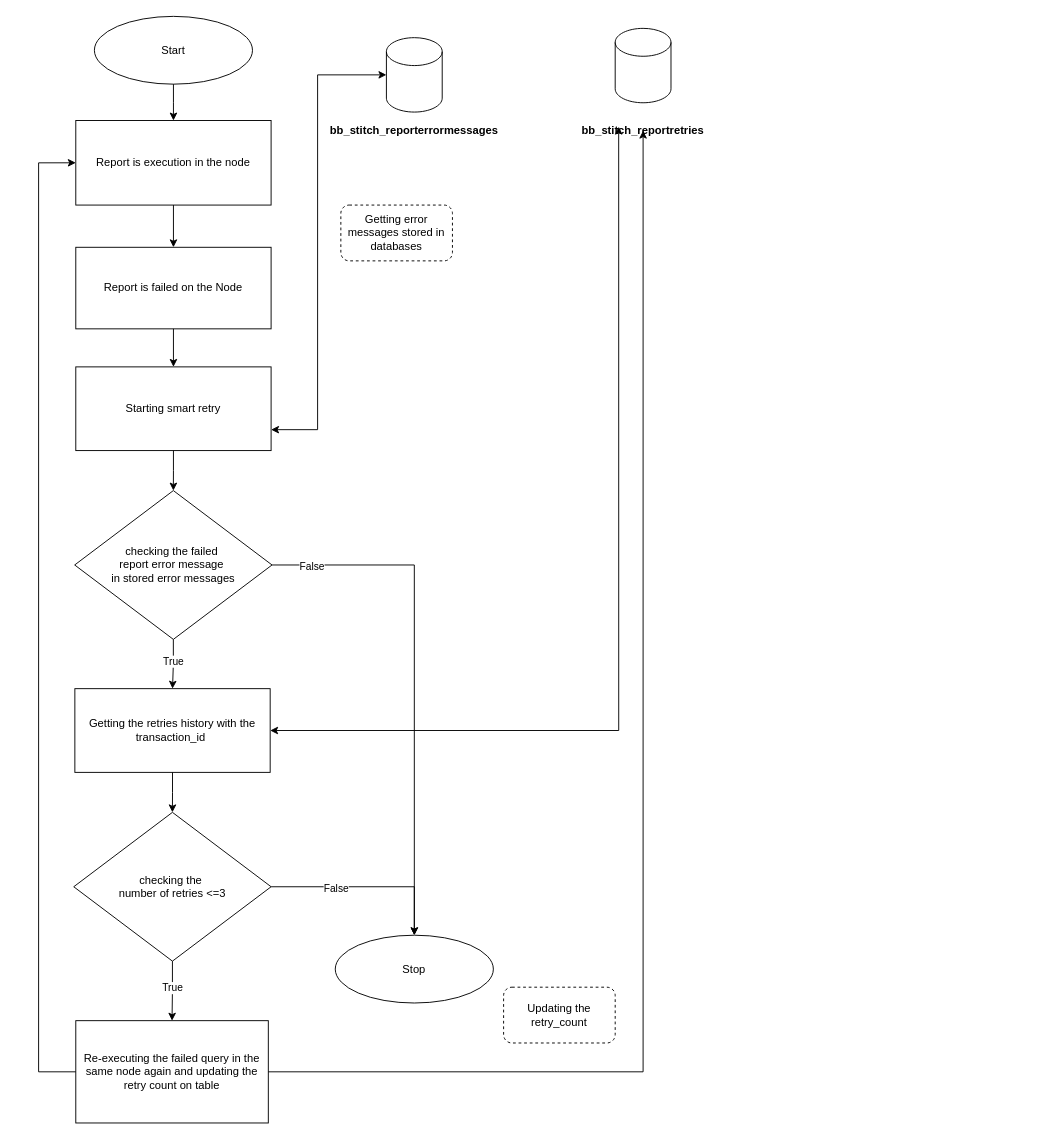
The draw.io diagram smart_retry.drawio in bb-midhunps/diagrams, before the edit. Source tidied: cells renumbered, new cells numbered last; positions are measured from the earlier drawing's top-left corner, leaving out a move shared by most shapes. Both pictures are drawn from the tidied source at 93%, with x=0, y=0 at pixel (38, 16).
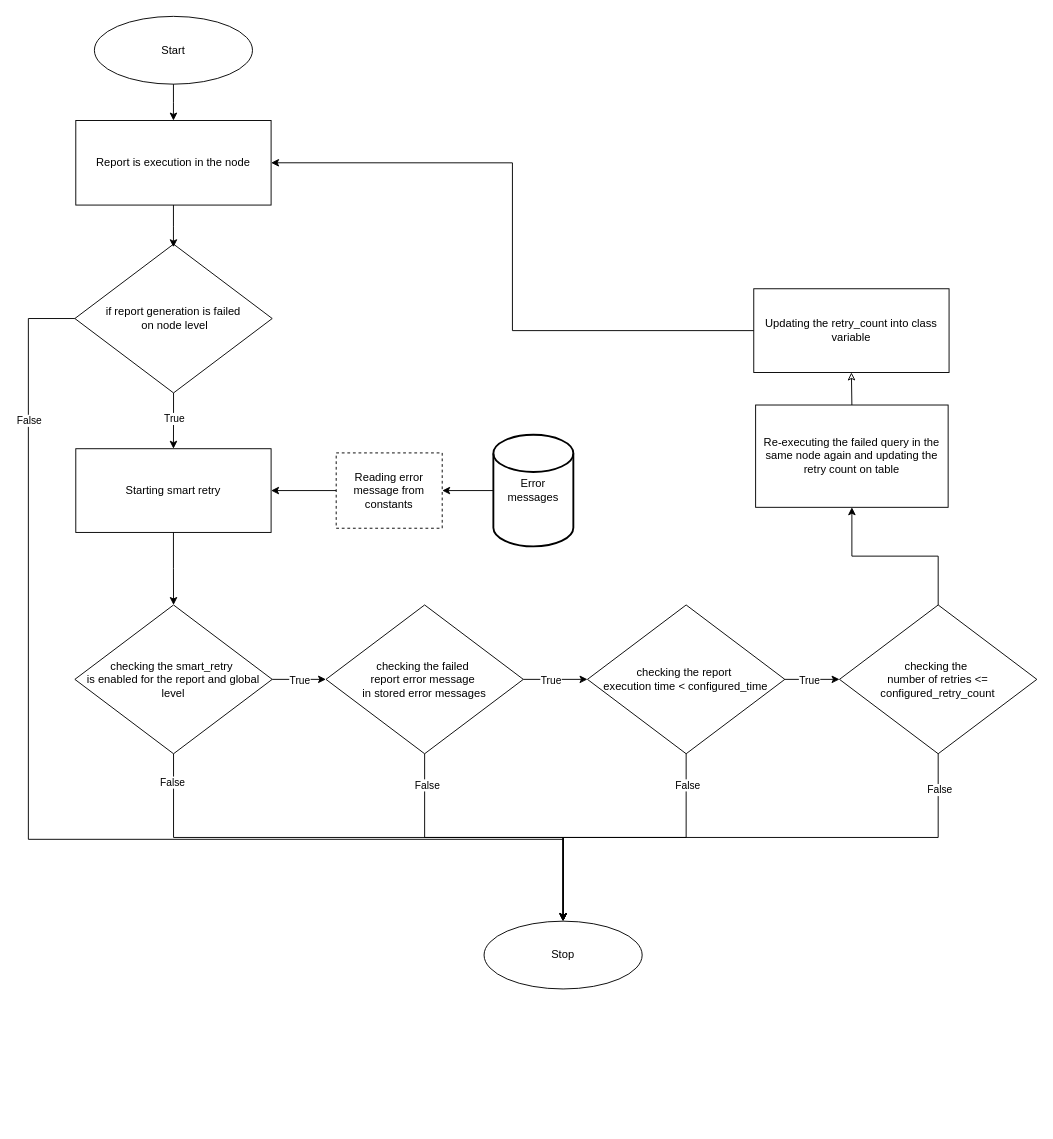
The same diagram, later.

Unchanged cells that the change refers to:
```xml
<mxCell id="5" value="Report is execution in the node" style="whiteSpace=wrap;html=1;fillColor=none;" parent="1" vertex="1">
  <mxGeometry x="40" y="112.1" width="210" height="90.9" as="geometry" />
</mxCell>
```

The edit, as a diff of the source:
```diff
@@
-    <mxCell id="4" style="edgeStyle=orthogonalEdgeStyle;rounded=0;jettySize=auto;html=1;" parent="1" edge="1" source="5" target="7">
-      <mxGeometry relative="1" as="geometry" />
+    <mxCell id="4" style="edgeStyle=orthogonalEdgeStyle;rounded=0;jettySize=auto;html=1;" parent="1" edge="1" source="5">
+      <mxGeometry relative="1" as="geometry">
+        <mxPoint x="145" y="248.3" as="targetPoint" />
+      </mxGeometry>
     </mxCell>
@@
-    <mxCell id="6" style="edgeStyle=orthogonalEdgeStyle;rounded=0;jettySize=auto;html=1;" parent="1" edge="1" source="7" target="9">
+    <mxCell id="6" style="edgeStyle=orthogonalEdgeStyle;rounded=0;jettySize=auto;html=1;" parent="1" edge="1" source="58" target="9">
       <mxGeometry relative="1" as="geometry" />
     </mxCell>
-    <mxCell id="7" value="Report is failed on the Node" style="whiteSpace=wrap;html=1;fillColor=none;" parent="1" vertex="1">
-      <mxGeometry x="40" y="248.4" width="210" height="87.7" as="geometry" />
-    </mxCell>
-    <mxCell id="8" style="edgeStyle=orthogonalEdgeStyle;rounded=0;jettySize=auto;html=1;" parent="1" edge="1" source="9" target="14">
-      <mxGeometry relative="1" as="geometry" />
-    </mxCell>
+    <mxCell id="34" value="True" style="edgeLabel;html=1;align=center;verticalAlign=middle;" parent="6" vertex="1">
+      <mxGeometry x="-0.11" relative="1" as="geometry" />
+    </mxCell>
+    <mxCell id="35" style="edgeStyle=orthogonalEdgeStyle;rounded=0;jettySize=auto;html=1;exitX=0.5;exitY=1;exitDx=0;exitDy=0;entryX=0.5;entryY=0;entryDx=0;entryDy=0;" parent="1" edge="1" source="9" target="52">
+      <mxGeometry relative="1" as="geometry" />
+    </mxCell>
     <mxCell id="9" value="Starting smart retry" style="whiteSpace=wrap;html=1;fillColor=none;" parent="1" vertex="1">
-      <mxGeometry x="40" y="377" width="210" height="90" as="geometry" />
+      <mxGeometry x="40" y="465" width="210" height="90" as="geometry" />
     </mxCell>
-    <mxCell id="10" style="edgeStyle=orthogonalEdgeStyle;rounded=0;jettySize=auto;html=1;entryX=0.5;entryY=0;entryDx=0;entryDy=0;" parent="1" edge="1" source="14" target="32">
+    <mxCell id="10" style="edgeStyle=orthogonalEdgeStyle;rounded=0;jettySize=auto;html=1;" parent="1" edge="1" source="14" target="26">
       <mxGeometry relative="1" as="geometry" />
     </mxCell>
@@
-    <mxCell id="12" style="edgeStyle=orthogonalEdgeStyle;rounded=0;jettySize=auto;html=1;exitX=1;exitY=0.5;exitDx=0;exitDy=0;entryX=0.5;entryY=0;entryDx=0;entryDy=0;" parent="1" edge="1" source="14" target="30">
+    <mxCell id="12" style="edgeStyle=orthogonalEdgeStyle;rounded=0;jettySize=auto;html=1;exitX=0.5;exitY=1;exitDx=0;exitDy=0;" parent="1" edge="1" source="14" target="30">
       <mxGeometry relative="1" as="geometry" />
     </mxCell>
-    <mxCell id="13" value="False" style="edgeLabel;html=1;align=center;verticalAlign=middle;" parent="12" vertex="1">
-      <mxGeometry x="-0.85" y="-1" relative="1" as="geometry">
-        <mxPoint x="1" as="offset" />
-      </mxGeometry>
-    </mxCell>
+    <mxCell id="36" value="False" style="edgeLabel;html=1;align=center;verticalAlign=middle;" parent="12" vertex="1">
+      <mxGeometry x="-0.8" y="2" relative="1" as="geometry" />
+    </mxCell>
     <mxCell id="14" value="checking the failed&amp;nbsp;&lt;div&gt;report error message&amp;nbsp;&lt;/div&gt;&lt;div&gt;in stored error messages&lt;/div&gt;" style="rhombus;whiteSpace=wrap;html=1;fillColor=none;" parent="1" vertex="1">
-      <mxGeometry x="38.8" y="510" width="212.2" height="160" as="geometry" />
+      <mxGeometry x="309" y="633" width="212.2" height="160" as="geometry" />
     </mxCell>
-    <mxCell id="15" style="shape=cylinder3;whiteSpace=wrap;html=1;boundedLbl=1;backgroundOutline=1;size=15;fillColor=none;" parent="1" vertex="1">
-      <mxGeometry x="620" y="13" width="60" height="80" as="geometry" />
-    </mxCell>
-    <mxCell id="16" style="shape=cylinder3;whiteSpace=wrap;html=1;boundedLbl=1;backgroundOutline=1;size=15;fillColor=none;" parent="1" vertex="1">
-      <mxGeometry x="374" y="23" width="60" height="80" as="geometry" />
-    </mxCell>
-    <mxCell id="17" style="edgeStyle=orthogonalEdgeStyle;rounded=0;jettySize=auto;html=1;entryX=1;entryY=0.75;entryDx=0;entryDy=0;startArrow=classic;startFill=1;" parent="1" edge="1" source="16" target="9">
-      <mxGeometry relative="1" as="geometry">
-        <Array as="points">
-          <mxPoint x="300" y="63" />
-          <mxPoint x="300" y="445" />
-        </Array>
-      </mxGeometry>
-    </mxCell>
-    <mxCell id="18" value="&lt;h4&gt;bb_stitch_reporterrormessages&lt;/h4&gt;" style="text;whiteSpace=wrap;html=1;align=center;" parent="1" vertex="1">
-      <mxGeometry x="299" y="93" width="210" height="30" as="geometry" />
-    </mxCell>
-    <mxCell id="19" value="&lt;h4&gt;bb_stitch_reportretries&lt;/h4&gt;" style="text;whiteSpace=wrap;html=1;align=center;" parent="1" vertex="1">
-      <mxGeometry x="545" y="93" width="210" height="30" as="geometry" />
-    </mxCell>
-    <mxCell id="20" value="Getting error messages stored in databases" style="rounded=1;whiteSpace=wrap;html=1;fillColor=none;dashed=1;" parent="1" vertex="1">
-      <mxGeometry x="325" y="203" width="120" height="60" as="geometry" />
-    </mxCell>
-    <mxCell id="21" style="edgeStyle=orthogonalEdgeStyle;rounded=0;jettySize=auto;html=1;exitX=0.5;exitY=1;exitDx=0;exitDy=0;" parent="1" edge="1" source="32" target="26">
-      <mxGeometry relative="1" as="geometry" />
-    </mxCell>
-    <mxCell id="22" style="edgeStyle=orthogonalEdgeStyle;rounded=0;jettySize=auto;html=1;" parent="1" edge="1" source="26" target="29">
-      <mxGeometry relative="1" as="geometry" />
-    </mxCell>
-    <mxCell id="23" value="True" style="edgeLabel;html=1;align=center;verticalAlign=middle;" parent="22" vertex="1">
-      <mxGeometry x="-0.14" relative="1" as="geometry" />
-    </mxCell>
+    <mxCell id="37" style="edgeStyle=orthogonalEdgeStyle;rounded=0;jettySize=auto;html=1;exitX=1;exitY=0.5;exitDx=0;exitDy=0;entryX=0;entryY=0.5;entryDx=0;entryDy=0;" parent="1" edge="1" source="26" target="47">
+      <mxGeometry relative="1" as="geometry" />
+    </mxCell>
+    <mxCell id="38" value="True" style="edgeLabel;html=1;align=center;verticalAlign=middle;" parent="37" vertex="1">
+      <mxGeometry x="-0.11" y="-1" relative="1" as="geometry" />
+    </mxCell>
-    <mxCell id="24" style="edgeStyle=orthogonalEdgeStyle;rounded=0;jettySize=auto;html=1;exitX=1;exitY=0.5;exitDx=0;exitDy=0;entryX=0.5;entryY=0;entryDx=0;entryDy=0;" parent="1" edge="1" source="26" target="30">
+    <mxCell id="24" style="edgeStyle=orthogonalEdgeStyle;rounded=0;jettySize=auto;html=1;exitX=0.5;exitY=1;exitDx=0;exitDy=0;entryX=0.5;entryY=0;entryDx=0;entryDy=0;" parent="1" edge="1" source="26" target="30">
       <mxGeometry relative="1" as="geometry" />
     </mxCell>
-    <mxCell id="25" value="False" style="edgeLabel;html=1;align=center;verticalAlign=middle;" parent="24" vertex="1">
-      <mxGeometry x="-0.33" y="-1" relative="1" as="geometry" />
-    </mxCell>
+    <mxCell id="39" value="False" style="edgeLabel;html=1;align=center;verticalAlign=middle;" parent="24" vertex="1">
+      <mxGeometry x="-0.79" y="1" relative="1" as="geometry" />
+    </mxCell>
-    <mxCell id="26" value="checking the&amp;nbsp;&lt;div&gt;number of retries &amp;lt;=3&lt;/div&gt;" style="rhombus;whiteSpace=wrap;html=1;fillColor=none;" parent="1" vertex="1">
-      <mxGeometry x="37.8" y="856" width="212.2" height="160" as="geometry" />
+    <mxCell id="26" value="checking the report&amp;nbsp;&lt;br&gt;&lt;span style=&quot;background-color: transparent; color: light-dark(rgb(0, 0, 0), rgb(255, 255, 255));&quot;&gt;execution time &amp;lt; configured_time&lt;/span&gt;" style="rhombus;whiteSpace=wrap;html=1;fillColor=none;" parent="1" vertex="1">
+      <mxGeometry x="590.2" y="633" width="212.2" height="160" as="geometry" />
     </mxCell>
-    <mxCell id="27" style="edgeStyle=orthogonalEdgeStyle;rounded=0;jettySize=auto;html=1;exitX=0;exitY=0.5;exitDx=0;exitDy=0;entryX=0;entryY=0.5;entryDx=0;entryDy=0;" parent="1" edge="1" source="29" target="5">
-      <mxGeometry relative="1" as="geometry">
-        <Array as="points">
-          <mxPoint y="1135" />
-          <mxPoint y="158" />
-          <mxPoint x="40" y="158" />
-        </Array>
-      </mxGeometry>
-    </mxCell>
-    <mxCell id="28" style="edgeStyle=orthogonalEdgeStyle;rounded=0;jettySize=auto;html=1;exitX=1;exitY=0.5;exitDx=0;exitDy=0;" parent="1" edge="1" source="29" target="19">
-      <mxGeometry relative="1" as="geometry" />
-    </mxCell>
+    <mxCell id="30" value="Stop" style="ellipse;whiteSpace=wrap;html=1;fillColor=none;" parent="1" vertex="1">
+      <mxGeometry x="479" y="973" width="170" height="72.9" as="geometry" />
+    </mxCell>
+    <mxCell id="40" style="edgeStyle=orthogonalEdgeStyle;rounded=0;jettySize=auto;html=1;exitX=0;exitY=0.5;exitDx=0;exitDy=0;exitPerimeter=0;entryX=1;entryY=0.5;entryDx=0;entryDy=0;" parent="1" edge="1" source="41" target="43">
+      <mxGeometry relative="1" as="geometry" />
+    </mxCell>
+    <mxCell id="41" value="Error messages" style="strokeWidth=2;html=1;shape=mxgraph.flowchart.database;whiteSpace=wrap;" parent="1" vertex="1">
+      <mxGeometry x="489" y="450" width="86" height="120" as="geometry" />
+    </mxCell>
+    <mxCell id="42" style="edgeStyle=orthogonalEdgeStyle;rounded=0;jettySize=auto;html=1;exitX=0;exitY=0.5;exitDx=0;exitDy=0;entryX=1;entryY=0.5;entryDx=0;entryDy=0;" parent="1" edge="1" source="43" target="9">
+      <mxGeometry relative="1" as="geometry" />
+    </mxCell>
+    <mxCell id="43" value="Reading error message from constants" style="rounded=0;whiteSpace=wrap;html=1;fillColor=none;dashed=1;" parent="1" vertex="1">
+      <mxGeometry x="320" y="469.5" width="114" height="81" as="geometry" />
+    </mxCell>
+    <mxCell id="44" style="edgeStyle=orthogonalEdgeStyle;rounded=0;jettySize=auto;html=1;exitX=0.5;exitY=1;exitDx=0;exitDy=0;entryX=0.5;entryY=0;entryDx=0;entryDy=0;" parent="1" edge="1" source="47" target="30">
+      <mxGeometry relative="1" as="geometry" />
+    </mxCell>
+    <mxCell id="45" value="False" style="edgeLabel;html=1;align=center;verticalAlign=middle;" parent="44" vertex="1">
+      <mxGeometry x="-0.87" y="1" relative="1" as="geometry" />
+    </mxCell>
+    <mxCell id="46" style="edgeStyle=orthogonalEdgeStyle;rounded=0;jettySize=auto;html=1;exitX=0.5;exitY=0;exitDx=0;exitDy=0;entryX=0.5;entryY=1;entryDx=0;entryDy=0;" parent="1" edge="1" source="47" target="29">
+      <mxGeometry relative="1" as="geometry" />
+    </mxCell>
+    <mxCell id="47" value="checking the&amp;nbsp;&lt;div&gt;number of retries &amp;lt;=&lt;/div&gt;&lt;div&gt;configured_retry_count&lt;/div&gt;" style="rhombus;whiteSpace=wrap;html=1;fillColor=none;" parent="1" vertex="1">
+      <mxGeometry x="861.2" y="633" width="212.2" height="160" as="geometry" />
+    </mxCell>
+    <mxCell id="48" style="edgeStyle=orthogonalEdgeStyle;rounded=0;jettySize=auto;html=1;exitX=1;exitY=0.5;exitDx=0;exitDy=0;entryX=0;entryY=0.5;entryDx=0;entryDy=0;" parent="1" edge="1" source="52" target="14">
+      <mxGeometry relative="1" as="geometry" />
+    </mxCell>
+    <mxCell id="49" value="True" style="edgeLabel;html=1;align=center;verticalAlign=middle;" parent="48" vertex="1">
+      <mxGeometry y="-1" relative="1" as="geometry" />
+    </mxCell>
+    <mxCell id="50" style="edgeStyle=orthogonalEdgeStyle;rounded=0;jettySize=auto;html=1;exitX=0.5;exitY=1;exitDx=0;exitDy=0;entryX=0.5;entryY=0;entryDx=0;entryDy=0;" parent="1" edge="1" source="52" target="30">
+      <mxGeometry relative="1" as="geometry" />
+    </mxCell>
+    <mxCell id="51" value="False" style="edgeLabel;html=1;align=center;verticalAlign=middle;" parent="50" vertex="1">
+      <mxGeometry x="-0.9" y="-2" relative="1" as="geometry" />
+    </mxCell>
+    <mxCell id="52" value="checking the smart_retry&amp;nbsp;&lt;div&gt;is enabled for the report and global level&lt;/div&gt;" style="rhombus;whiteSpace=wrap;html=1;fillColor=none;" parent="1" vertex="1">
+      <mxGeometry x="39" y="633" width="212.2" height="160" as="geometry" />
+    </mxCell>
     <mxCell id="29" value="Re-executing the failed query in the same node again and updating the retry count on table" style="whiteSpace=wrap;html=1;fillColor=none;" parent="1" vertex="1">
-      <mxGeometry x="40" y="1080" width="207" height="110" as="geometry" />
+      <mxGeometry x="771" y="418" width="207" height="110" as="geometry" />
     </mxCell>
-    <mxCell id="30" value="Stop" style="ellipse;whiteSpace=wrap;html=1;fillColor=none;" parent="1" vertex="1">
-      <mxGeometry x="319" y="988.1" width="170" height="72.9" as="geometry" />
-    </mxCell>
-    <mxCell id="31" value="Updating the retry_count" style="rounded=1;whiteSpace=wrap;html=1;fillColor=none;dashed=1;" parent="1" vertex="1">
-      <mxGeometry x="500" y="1044" width="120" height="60" as="geometry" />
-    </mxCell>
-    <mxCell id="32" value="Getting the retries history with the transaction_id&amp;nbsp;" style="whiteSpace=wrap;html=1;fillColor=none;" parent="1" vertex="1">
-      <mxGeometry x="39" y="723" width="210" height="90" as="geometry" />
-    </mxCell>
-    <mxCell id="33" style="edgeStyle=orthogonalEdgeStyle;rounded=0;jettySize=auto;html=1;exitX=1;exitY=0.5;exitDx=0;exitDy=0;entryX=0.375;entryY=0.856;entryDx=0;entryDy=0;entryPerimeter=0;startArrow=classic;startFill=1;" parent="1" edge="1" source="32" target="19">
-      <mxGeometry relative="1" as="geometry" />
-    </mxCell>
+    <mxCell id="53" style="edgeStyle=orthogonalEdgeStyle;rounded=0;jettySize=auto;html=1;exitX=0.5;exitY=1;exitDx=0;exitDy=0;entryX=0.5;entryY=0;entryDx=0;entryDy=0;startArrow=classic;startFill=0;endArrow=none;" parent="1" edge="1" source="55" target="29">
+      <mxGeometry relative="1" as="geometry" />
+    </mxCell>
+    <mxCell id="54" style="edgeStyle=orthogonalEdgeStyle;rounded=0;jettySize=auto;html=1;exitX=0;exitY=0.5;exitDx=0;exitDy=0;entryX=1;entryY=0.5;entryDx=0;entryDy=0;" parent="1" edge="1" source="55" target="5">
+      <mxGeometry relative="1" as="geometry" />
+    </mxCell>
+    <mxCell id="55" value="Updating the retry_count into class variable" style="whiteSpace=wrap;html=1;fillColor=none;" parent="1" vertex="1">
+      <mxGeometry x="769" y="293" width="210" height="90" as="geometry" />
+    </mxCell>
+    <mxCell id="56" style="edgeStyle=orthogonalEdgeStyle;rounded=0;jettySize=auto;html=1;exitX=0;exitY=0.5;exitDx=0;exitDy=0;entryX=0.5;entryY=0;entryDx=0;entryDy=0;" parent="1" edge="1" source="58" target="30">
+      <mxGeometry relative="1" as="geometry">
+        <Array as="points">
+          <mxPoint x="-11" y="325" />
+          <mxPoint x="-11" y="885" />
+          <mxPoint x="564" y="885" />
+        </Array>
+      </mxGeometry>
+    </mxCell>
+    <mxCell id="57" value="False" style="edgeLabel;html=1;align=center;verticalAlign=middle;" parent="56" vertex="1">
+      <mxGeometry x="-0.75" relative="1" as="geometry" />
+    </mxCell>
+    <mxCell id="58" value="if report generation is failed&lt;div&gt;&amp;nbsp;on node level&lt;/div&gt;" style="rhombus;whiteSpace=wrap;html=1;fillColor=none;" parent="1" vertex="1">
+      <mxGeometry x="39" y="245" width="212.2" height="160" as="geometry" />
+    </mxCell>
```
